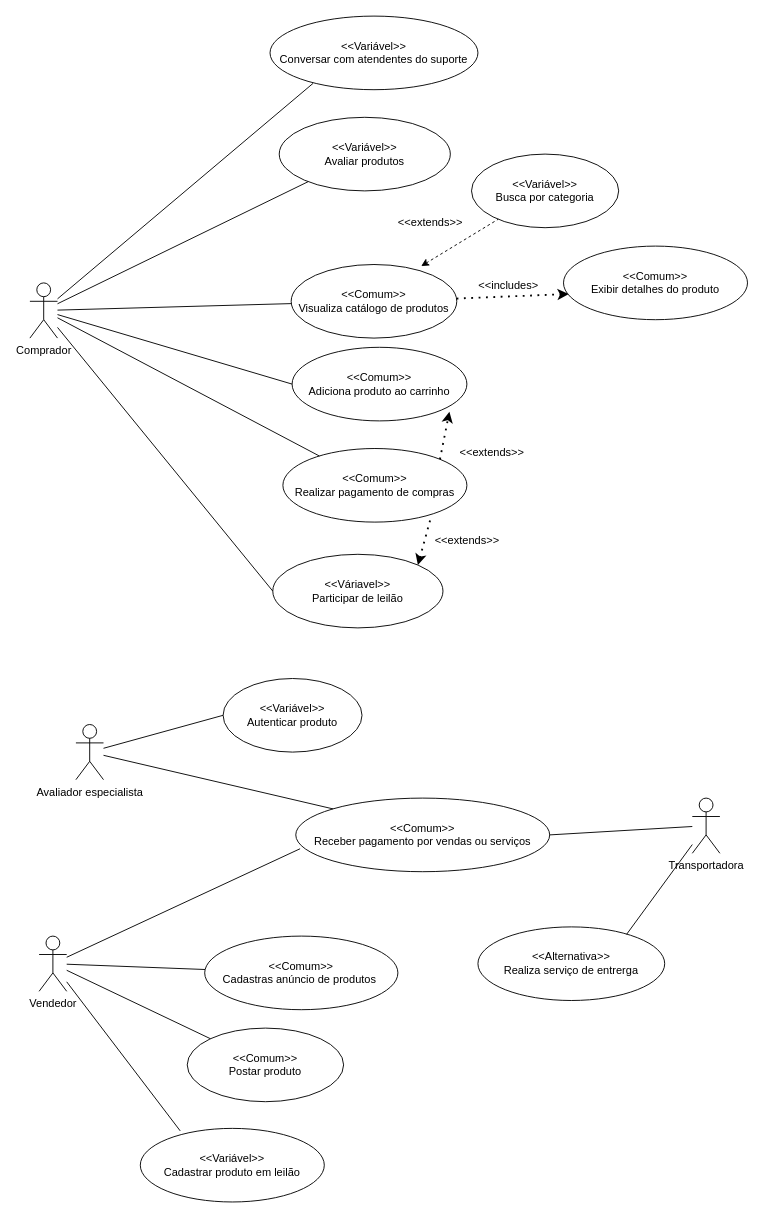
The draw.io diagram page "CasosDeUso" (1 of 2) of Diagrama sem nome.drawio in luca-moraes/projetoCorintoModelagem, before the edit. Source tidied: cells renumbered, new cells numbered last; positions are measured from the earlier drawing's top-left corner, leaving out a move shared by most shapes. Both pictures are drawn from the tidied source at 92%, with x=0, y=0 at pixel (29, 16).
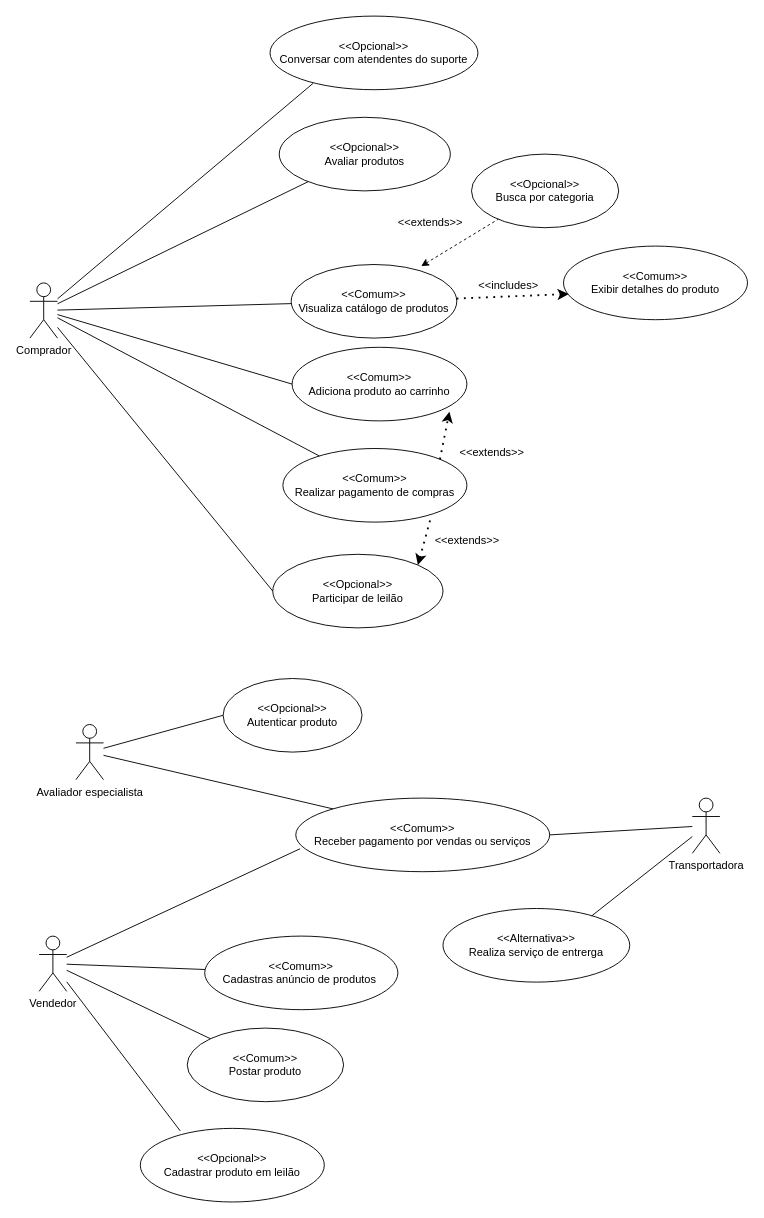
After the change.

Change to the diagram source:
```diff
@@
-    <mxCell id="6" value="&amp;lt;&amp;lt;Variável&amp;gt;&amp;gt;&lt;br&gt;Busca por categoria" style="ellipse;whiteSpace=wrap;html=1;" parent="1" vertex="1">
+    <mxCell id="6" value="&amp;lt;&amp;lt;Opcional&amp;gt;&amp;gt;&lt;br&gt;Busca por categoria" style="ellipse;whiteSpace=wrap;html=1;" parent="1" vertex="1">
       <mxGeometry x="480" y="150" width="160" height="80" as="geometry" />
     </mxCell>
@@
-    <mxCell id="18" value="&amp;lt;&amp;lt;Variável&amp;gt;&amp;gt;&lt;br&gt;Avaliar produtos" style="ellipse;whiteSpace=wrap;html=1;" parent="1" vertex="1">
+    <mxCell id="18" value="&amp;lt;&amp;lt;Opcional&amp;gt;&amp;gt;&lt;br&gt;Avaliar produtos" style="ellipse;whiteSpace=wrap;html=1;" parent="1" vertex="1">
       <mxGeometry x="271" y="110" width="186" height="80" as="geometry" />
     </mxCell>
@@
-    <mxCell id="20" value="&amp;lt;&amp;lt;Variável&amp;gt;&amp;gt;&lt;br&gt;Conversar com atendentes do suporte" style="ellipse;whiteSpace=wrap;html=1;" parent="1" vertex="1">
+    <mxCell id="20" value="&amp;lt;&amp;lt;Opcional&amp;gt;&amp;gt;&lt;br&gt;Conversar com atendentes do suporte" style="ellipse;whiteSpace=wrap;html=1;" parent="1" vertex="1">
       <mxGeometry x="261" width="226" height="80" as="geometry" />
     </mxCell>
@@
-    <mxCell id="23" value="&amp;lt;&amp;lt;Variável&amp;gt;&amp;gt;&lt;br&gt;Autenticar produto" style="ellipse;whiteSpace=wrap;html=1;" parent="1" vertex="1">
+    <mxCell id="23" value="&amp;lt;&amp;lt;Opcional&amp;gt;&amp;gt;&lt;br&gt;Autenticar produto" style="ellipse;whiteSpace=wrap;html=1;" parent="1" vertex="1">
       <mxGeometry x="210" y="720" width="151" height="80" as="geometry" />
     </mxCell>
@@
     <mxCell id="34" value="&amp;lt;&amp;lt;Alternativa&amp;gt;&amp;gt;&lt;br&gt;Realiza serviço de entrerga" style="ellipse;whiteSpace=wrap;html=1;" parent="1" vertex="1">
-      <mxGeometry x="487" y="990" width="203" height="80" as="geometry" />
+      <mxGeometry x="449" y="970" width="203" height="80" as="geometry" />
     </mxCell>
@@
-    <mxCell id="36" value="&amp;lt;&amp;lt;Variável&amp;gt;&amp;gt;&lt;br&gt;Cadastrar produto em leilão" style="ellipse;whiteSpace=wrap;html=1;" parent="1" vertex="1">
+    <mxCell id="36" value="&amp;lt;&amp;lt;Opcional&amp;gt;&amp;gt;&lt;br&gt;Cadastrar produto em leilão" style="ellipse;whiteSpace=wrap;html=1;" parent="1" vertex="1">
       <mxGeometry x="120" y="1209" width="200" height="80" as="geometry" />
     </mxCell>
@@
-    <mxCell id="38" value="&amp;lt;&amp;lt;Váriavel&amp;gt;&amp;gt;&lt;br&gt;Participar de leilão" style="ellipse;whiteSpace=wrap;html=1;" parent="1" vertex="1">
+    <mxCell id="38" value="&amp;lt;&amp;lt;Opcional&amp;gt;&amp;gt;&lt;br&gt;Participar de leilão" style="ellipse;whiteSpace=wrap;html=1;" parent="1" vertex="1">
       <mxGeometry x="264" y="585" width="185" height="80" as="geometry" />
     </mxCell>
```
